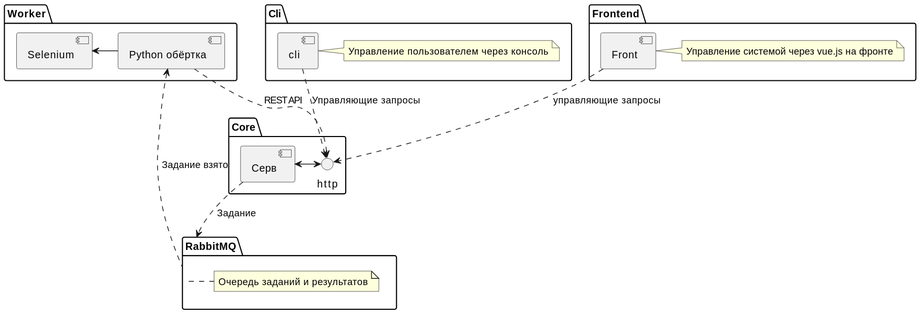
This is docs/Архитектура.svg from nrf24l01/cp_money_contoller, a PlantUML export, as it was before one commit.
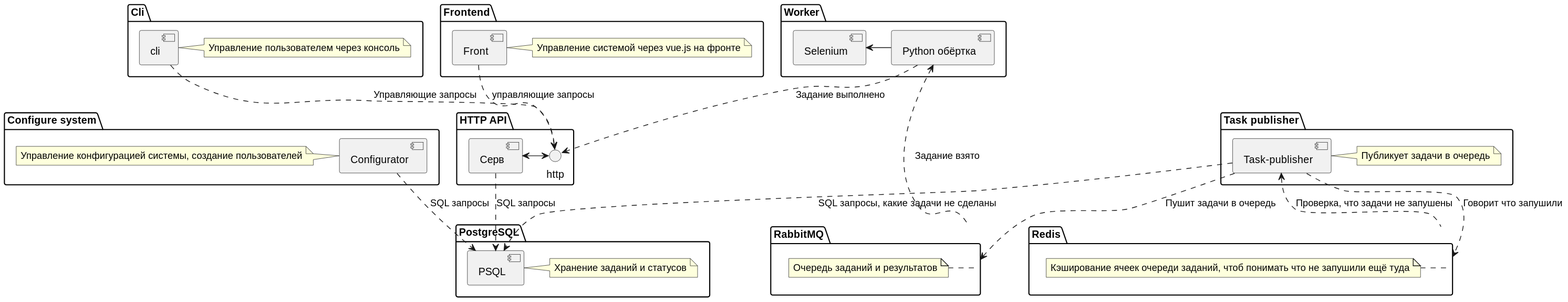
Later version of the same file.

Commit message:
Updated global logic

Change to the diagram source:
```diff
@@ -3,16 +3,45 @@
     [Selenium] <- [Python обёртка]
 }
 
-package "Core" {
+package "HTTP API" {
     [Серв] <-> http
-    [Python обёртка] ..> http : REST API
+    [Python обёртка] ..> http : Задание выполнено
+}
+
+package "PostgreSQL" {
+    [Серв] ..> [PSQL] : SQL запросы
+    note right of [PSQL]
+        Хранение заданий и статусов
+    end note
 }
 
 package "RabbitMQ" {
     [Python обёртка] <.. RabbitMQ : Задание взято
-    [Серв] ..> RabbitMQ : Задание
     note right of [RabbitMQ]
         Очередь заданий и результатов
+    end note
+}
+
+package "Redis" {
+    note right of [Redis]
+        Кэширование ячеек очереди заданий, чтоб понимать что не запушили ещё туда
+    end note
+}
+
+package "Task publisher" {
+    [Task-publisher] ..> PSQL : SQL запросы, какие задачи не сделаны
+    [Task-publisher] <.. Redis : Проверка, что задачи не запушены
+    [Task-publisher] ..> RabbitMQ : Пушит задачи в очередь
+    [Task-publisher] ..> Redis : Говорит что запушили
+    note right of [Task-publisher]
+        Публикует задачи в очередь
+    end note
+}
+
+package "Configure system" {
+    [Configurator] ..> PSQL : SQL запросы
+    note left of [Configurator]
+        Управление конфигурацией системы, создание пользователей
     end note
 }
 
```
